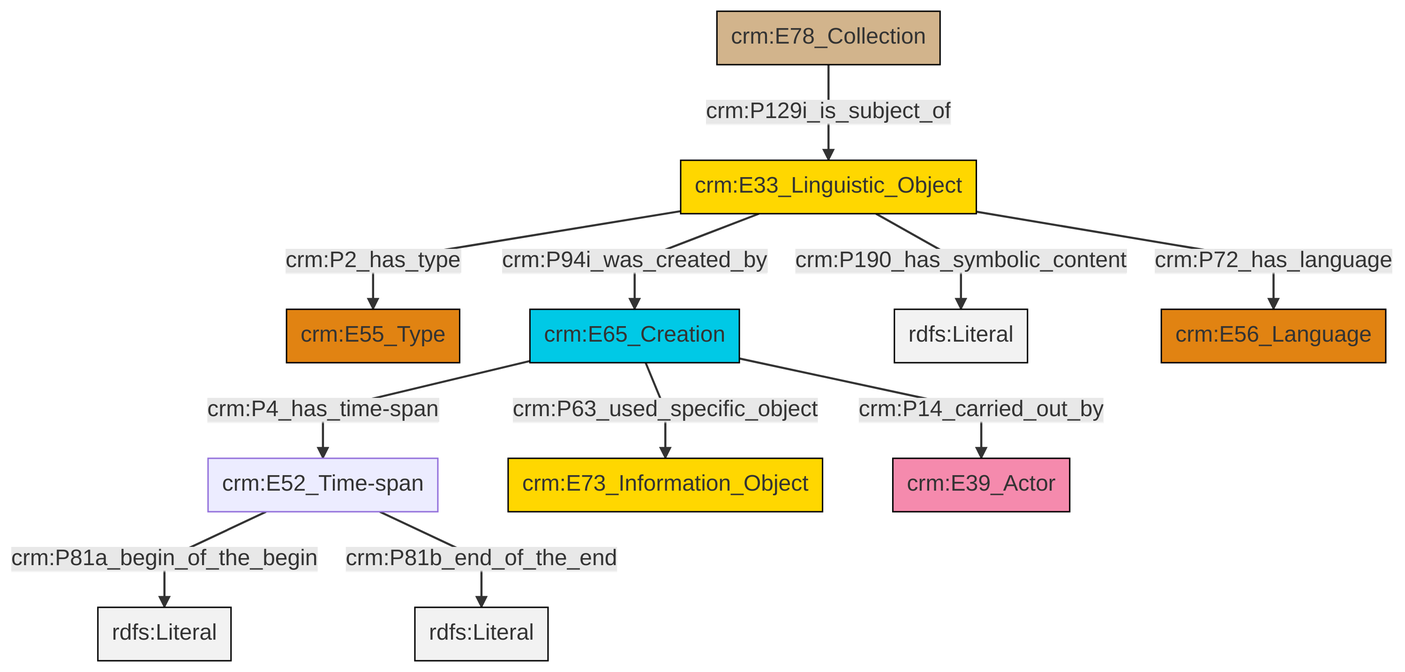
Above: et/archivalCSV/ttl/mmd/png/archival_desc.png in swiss-art-research-net/docs.swissartresearch (Mermaid), before the change. Its source is kept beside it as et/archivalCSV/ttl/mmd/archival_desc.ttl.mmd.
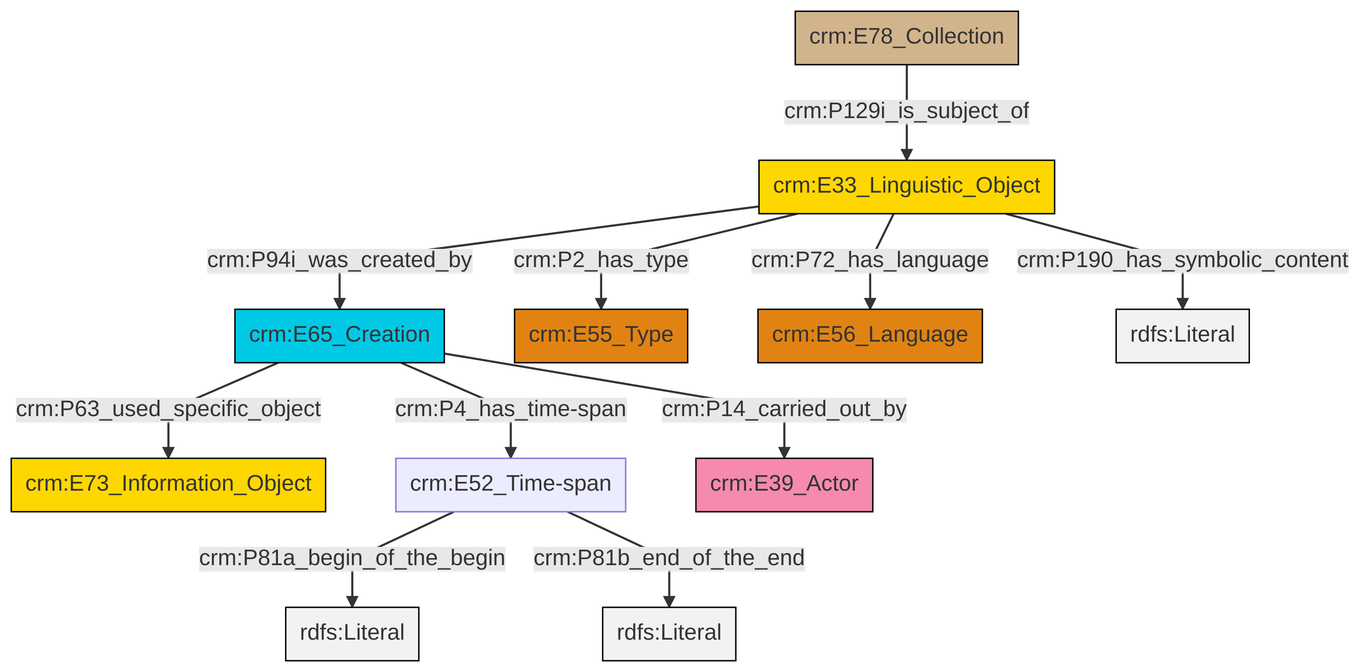
The same file after the commit.

What changed in the source:
```diff
@@ -13,13 +13,13 @@
 classDef PC_Classes fill:#4ce600, stroke:#000000;
 classDef Multi fill:#cccccc,stroke:#000000;
 
-0["crm:E52_Time-span"]:::Default -->|crm:P81a_begin_of_the_begin| 1[rdfs:Literal]:::Literal
-2["crm:E33_Linguistic_Object"]:::Conceptual_Object -->|crm:P2_has_type| 3["crm:E55_Type"]:::Type
-4["crm:E78_Collection"]:::Physical_Thing -->|crm:P129i_is_subject_of| 2["crm:E33_Linguistic_Object"]:::Conceptual_Object
-2["crm:E33_Linguistic_Object"]:::Conceptual_Object -->|crm:P94i_was_created_by| 6["crm:E65_Creation"]:::Temporal_Entity
-6["crm:E65_Creation"]:::Temporal_Entity -->|crm:P4_has_time-span| 0["crm:E52_Time-span"]:::Default
-2["crm:E33_Linguistic_Object"]:::Conceptual_Object -->|crm:P190_has_symbolic_content| 8[rdfs:Literal]:::Literal
-6["crm:E65_Creation"]:::Temporal_Entity -->|crm:P63_used_specific_object| 11["crm:E73_Information_Object"]:::Conceptual_Object
-6["crm:E65_Creation"]:::Temporal_Entity -->|crm:P14_carried_out_by| 12["crm:E39_Actor"]:::Actor
-2["crm:E33_Linguistic_Object"]:::Conceptual_Object -->|crm:P72_has_language| 16["crm:E56_Language"]:::Type
-0["crm:E52_Time-span"]:::Default -->|crm:P81b_end_of_the_end| 17[rdfs:Literal]:::Literal
+0["crm:E65_Creation"]:::Temporal_Entity -->|crm:P63_used_specific_object| 1["crm:E73_Information_Object"]:::Conceptual_Object
+4["crm:E33_Linguistic_Object"]:::Conceptual_Object -->|crm:P94i_was_created_by| 0["crm:E65_Creation"]:::Temporal_Entity
+4["crm:E33_Linguistic_Object"]:::Conceptual_Object -->|crm:P2_has_type| 5["crm:E55_Type"]:::Type
+6["crm:E52_Time-span"]:::Default -->|crm:P81a_begin_of_the_begin| 8[rdfs:Literal]:::Literal
+6["crm:E52_Time-span"]:::Default -->|crm:P81b_end_of_the_end| 9[rdfs:Literal]:::Literal
+4["crm:E33_Linguistic_Object"]:::Conceptual_Object -->|crm:P72_has_language| 10["crm:E56_Language"]:::Type
+0["crm:E65_Creation"]:::Temporal_Entity -->|crm:P4_has_time-span| 6["crm:E52_Time-span"]:::Default
+2["crm:E78_Collection"]:::Physical_Thing -->|crm:P129i_is_subject_of| 4["crm:E33_Linguistic_Object"]:::Conceptual_Object
+4["crm:E33_Linguistic_Object"]:::Conceptual_Object -->|crm:P190_has_symbolic_content| 12[rdfs:Literal]:::Literal
+0["crm:E65_Creation"]:::Temporal_Entity -->|crm:P14_carried_out_by| 15["crm:E39_Actor"]:::Actor
```
